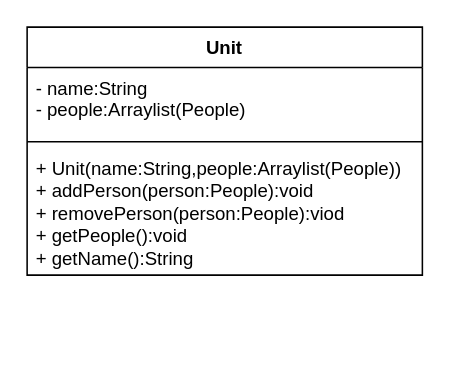
The draw.io diagram UMLs/Unit/Unit.drawio in advanced-programming-sut-2023/project-group-41, before the edit. Source tidied: cells renumbered, new cells numbered last; positions are measured from the earlier drawing's top-left corner, leaving out a move shared by most shapes. Both pictures are drawn from the tidied source at 155%, with x=0, y=0 at pixel (26, 26).
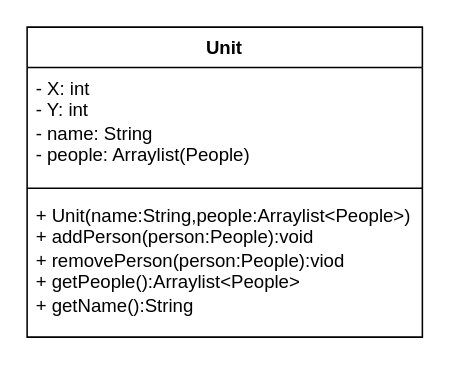
The same page after the edit.

Change to the diagram source:
```diff
@@
 <mxGraphModel>
   <root>
     <mxCell id="0" />
     <mxCell id="1" parent="0" />
     <mxCell id="2" value="Unit" style="swimlane;fontStyle=1;align=center;verticalAlign=top;horizontal=1;startSize=26;whiteSpace=wrap;html=1;" parent="1" vertex="1">
-      <mxGeometry width="255" height="160" as="geometry" />
+      <mxGeometry width="255" height="200" as="geometry" />
     </mxCell>
-    <mxCell id="3" value="- name:String&lt;br&gt;- people:Arraylist(People)" style="text;strokeColor=none;fillColor=none;align=left;verticalAlign=top;spacingLeft=4;spacingRight=4;overflow=hidden;whiteSpace=wrap;html=1;" parent="2" vertex="1">
-      <mxGeometry y="26" width="255" height="44" as="geometry" />
+    <mxCell id="3" value="- X: int&lt;br&gt;- Y: int&lt;br&gt;- name: String&lt;br&gt;- people: Arraylist(People)" style="text;strokeColor=none;fillColor=none;align=left;verticalAlign=top;spacingLeft=4;spacingRight=4;overflow=hidden;whiteSpace=wrap;html=1;" parent="2" vertex="1">
+      <mxGeometry y="26" width="255" height="74" as="geometry" />
     </mxCell>
     <mxCell id="4" style="line;strokeWidth=1;fillColor=none;align=left;verticalAlign=middle;spacingTop=-1;spacingLeft=3;spacingRight=3;labelPosition=right;strokeColor=inherit;" parent="2" vertex="1">
-      <mxGeometry y="70" width="255" height="8" as="geometry" />
+      <mxGeometry y="100" width="255" height="8" as="geometry" />
     </mxCell>
-    <mxCell id="5" value="+ Unit(name:String,people:Arraylist(People))&lt;br&gt;+ addPerson(person:People):void&lt;br&gt;+ removePerson(person:People):viod&lt;br&gt;+ getPeople():void&lt;br&gt;+ getName():String" style="text;strokeColor=none;fillColor=none;align=left;verticalAlign=top;spacingLeft=4;spacingRight=4;overflow=hidden;whiteSpace=wrap;html=1;" parent="2" vertex="1">
-      <mxGeometry y="78" width="255" height="82" as="geometry" />
+    <mxCell id="5" value="+ Unit(name:String,people:Arraylist&amp;lt;People&amp;gt;)&lt;br&gt;+ addPerson(person:People):void&lt;br&gt;+ removePerson(person:People):viod&lt;br&gt;+ getPeople():Arraylist&amp;lt;People&amp;gt;&lt;br&gt;+ getName():String" style="text;strokeColor=none;fillColor=none;align=left;verticalAlign=top;spacingLeft=4;spacingRight=4;overflow=hidden;whiteSpace=wrap;html=1;" parent="2" vertex="1">
+      <mxGeometry y="108" width="255" height="92" as="geometry" />
     </mxCell>
   </root>
 </mxGraphModel>
```
